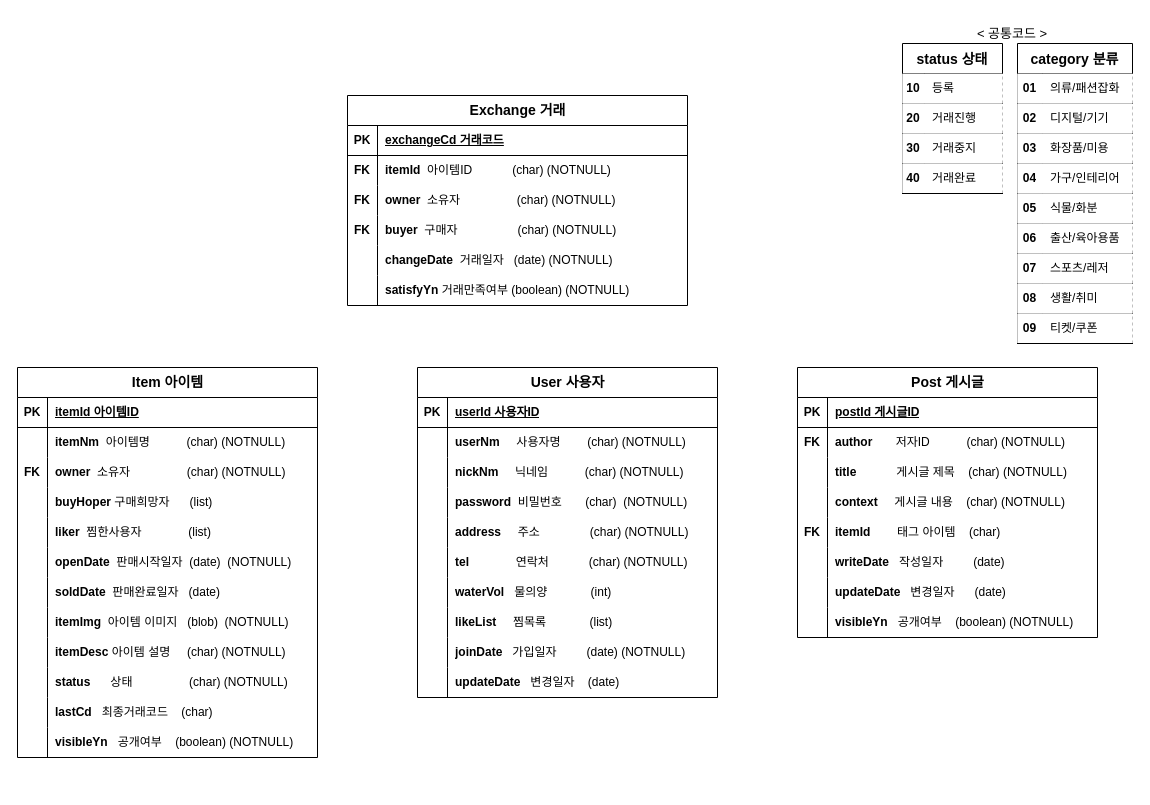
The draw.io diagram myreact.drawio in eunbinoh/myReact, before the edit. Source tidied: cells renumbered, new cells numbered last; positions are measured from the earlier drawing's top-left corner, leaving out a move shared by most shapes. Both pictures are drawn from the tidied source at 100%, with x=0, y=0 at pixel (17, 17).
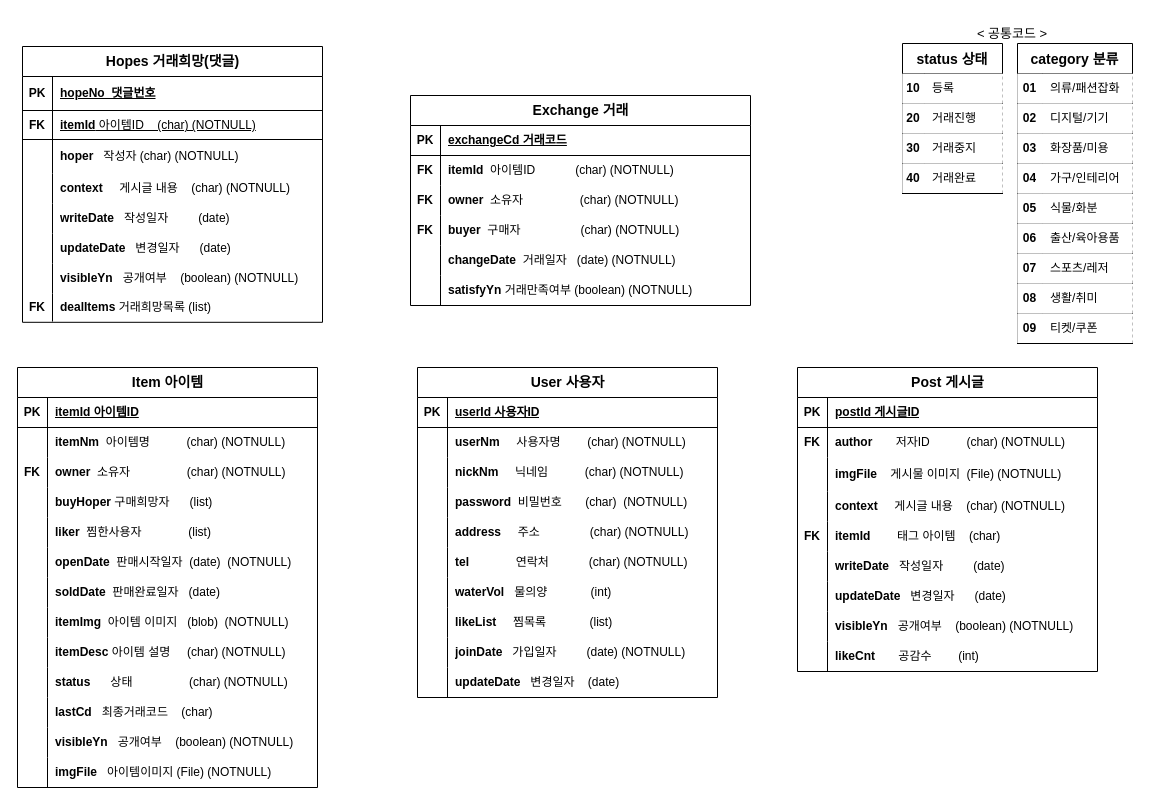
The same diagram, later.

The edit, as a diff of the source:
```diff
@@
     <mxCell id="3" value="&lt;font style=&quot;font-size: 14px;&quot;&gt;Item 아이템&lt;/font&gt;" style="shape=table;startSize=30;childLayout=tableLayout;rowLines=0;fontStyle=1;align=center;html=1;labelBackgroundColor=none;rounded=0;" parent="1" vertex="1">
-      <mxGeometry y="350" width="300" height="390" as="geometry" />
+      <mxGeometry y="350" width="300" height="420" as="geometry" />
     </mxCell>
@@
+    <mxCell id="157" style="shape=tableRow;horizontal=0;startSize=0;swimlaneHead=0;swimlaneBody=0;fillColor=none;top=0;left=0;right=0;bottom=0;labelBackgroundColor=none;rounded=0;" parent="3" vertex="1">
+      <mxGeometry y="390" width="300" height="30" as="geometry" />
+    </mxCell>
+    <mxCell id="158" style="shape=partialRectangle;fillColor=none;top=0;left=0;bottom=0;right=0;overflow=hidden;whiteSpace=wrap;html=1;labelBackgroundColor=none;rounded=0;" parent="157" vertex="1">
+      <mxGeometry width="30" height="30" as="geometry" />
+    </mxCell>
+    <mxCell id="159" value="&lt;b style=&quot;border-color: var(--border-color);&quot;&gt;imgFile&lt;/b&gt;&amp;nbsp; &amp;nbsp;아이템이미지 (File) (NOTNULL)" style="shape=partialRectangle;fillColor=none;top=0;left=0;bottom=0;right=0;align=left;spacingLeft=6;overflow=hidden;whiteSpace=wrap;html=1;labelBackgroundColor=none;rounded=0;" parent="157" vertex="1">
+      <mxGeometry x="30" width="270" height="30" as="geometry" />
+    </mxCell>
     <mxCell id="40" value="&lt;font style=&quot;font-size: 14px;&quot;&gt;Exchange 거래&lt;/font&gt;" style="shape=table;startSize=30;childLayout=tableLayout;rowLines=0;fontStyle=1;align=center;html=1;labelBackgroundColor=none;rounded=0;" parent="1" vertex="1">
-      <mxGeometry x="330" y="78" width="340" height="210" as="geometry" />
+      <mxGeometry x="393" y="78" width="340" height="210" as="geometry" />
     </mxCell>
@@
     <mxCell id="90" value="&lt;font style=&quot;font-size: 14px;&quot;&gt;Post 게시글&lt;/font&gt;" style="shape=table;startSize=30;childLayout=tableLayout;rowLines=0;fontStyle=1;align=center;html=1;labelBackgroundColor=none;rounded=0;" parent="1" vertex="1">
-      <mxGeometry x="780" y="350" width="300" height="270" as="geometry" />
+      <mxGeometry x="780" y="350" width="300" height="304" as="geometry" />
     </mxCell>
@@
     <mxCell id="97" style="shape=tableRow;horizontal=0;startSize=0;swimlaneHead=0;swimlaneBody=0;fillColor=none;top=0;left=0;right=0;bottom=0;labelBackgroundColor=none;rounded=0;" parent="90" vertex="1">
-      <mxGeometry y="90" width="300" height="30" as="geometry" />
+      <mxGeometry y="90" width="300" height="34" as="geometry" />
     </mxCell>
     <mxCell id="98" style="shape=partialRectangle;fillColor=none;top=0;left=0;bottom=0;right=0;overflow=hidden;whiteSpace=wrap;html=1;labelBackgroundColor=none;rounded=0;" parent="97" vertex="1">
-      <mxGeometry width="30" height="30" as="geometry" />
+      <mxGeometry width="30" height="34" as="geometry" />
     </mxCell>
-    <mxCell id="99" value="&lt;b&gt;title&lt;/b&gt;&amp;nbsp; &amp;nbsp; &amp;nbsp; &amp;nbsp; &amp;nbsp; &amp;nbsp; 게시글 제목&amp;nbsp; &amp;nbsp; (char) (NOTNULL)&amp;nbsp;" style="shape=partialRectangle;fillColor=none;top=0;left=0;bottom=0;right=0;align=left;spacingLeft=6;overflow=hidden;whiteSpace=wrap;html=1;labelBackgroundColor=none;rounded=0;" parent="97" vertex="1">
-      <mxGeometry x="30" width="270" height="30" as="geometry" />
+    <mxCell id="99" value="&lt;b&gt;imgFile&lt;/b&gt;&amp;nbsp; &amp;nbsp; 게시물 이미지&amp;nbsp; (File) (NOTNULL)&amp;nbsp;" style="shape=partialRectangle;fillColor=none;top=0;left=0;bottom=0;right=0;align=left;spacingLeft=6;overflow=hidden;whiteSpace=wrap;html=1;labelBackgroundColor=none;rounded=0;" parent="97" vertex="1">
+      <mxGeometry x="30" width="270" height="34" as="geometry" />
     </mxCell>
     <mxCell id="100" style="shape=tableRow;horizontal=0;startSize=0;swimlaneHead=0;swimlaneBody=0;fillColor=none;top=0;left=0;right=0;bottom=0;labelBackgroundColor=none;rounded=0;" parent="90" vertex="1">
-      <mxGeometry y="120" width="300" height="30" as="geometry" />
+      <mxGeometry y="124" width="300" height="30" as="geometry" />
     </mxCell>
@@
     <mxCell id="103" style="shape=tableRow;horizontal=0;startSize=0;swimlaneHead=0;swimlaneBody=0;fillColor=none;top=0;left=0;right=0;bottom=0;labelBackgroundColor=none;rounded=0;" parent="90" vertex="1">
-      <mxGeometry y="150" width="300" height="30" as="geometry" />
+      <mxGeometry y="154" width="300" height="30" as="geometry" />
     </mxCell>
@@
     <mxCell id="106" style="shape=tableRow;horizontal=0;startSize=0;swimlaneHead=0;swimlaneBody=0;fillColor=none;top=0;left=0;right=0;bottom=0;labelBackgroundColor=none;rounded=0;" parent="90" vertex="1">
-      <mxGeometry y="180" width="300" height="30" as="geometry" />
+      <mxGeometry y="184" width="300" height="30" as="geometry" />
     </mxCell>
@@
     <mxCell id="109" style="shape=tableRow;horizontal=0;startSize=0;swimlaneHead=0;swimlaneBody=0;fillColor=none;top=0;left=0;right=0;bottom=0;labelBackgroundColor=none;rounded=0;" parent="90" vertex="1">
-      <mxGeometry y="210" width="300" height="30" as="geometry" />
+      <mxGeometry y="214" width="300" height="30" as="geometry" />
     </mxCell>
@@
     <mxCell id="112" style="shape=tableRow;horizontal=0;startSize=0;swimlaneHead=0;swimlaneBody=0;fillColor=none;top=0;left=0;right=0;bottom=0;labelBackgroundColor=none;rounded=0;" parent="90" vertex="1">
-      <mxGeometry y="240" width="300" height="30" as="geometry" />
+      <mxGeometry y="244" width="300" height="30" as="geometry" />
     </mxCell>
@@
+    <mxCell id="160" style="shape=tableRow;horizontal=0;startSize=0;swimlaneHead=0;swimlaneBody=0;fillColor=none;top=0;left=0;right=0;bottom=0;labelBackgroundColor=none;rounded=0;" parent="90" vertex="1">
+      <mxGeometry y="274" width="300" height="30" as="geometry" />
+    </mxCell>
+    <mxCell id="161" style="shape=partialRectangle;fillColor=none;top=0;left=0;bottom=0;right=0;overflow=hidden;whiteSpace=wrap;html=1;labelBackgroundColor=none;rounded=0;" parent="160" vertex="1">
+      <mxGeometry width="30" height="30" as="geometry" />
+    </mxCell>
+    <mxCell id="162" value="&lt;b&gt;likeCnt&amp;nbsp; &amp;nbsp; &amp;nbsp; &amp;nbsp;&lt;/b&gt;공감수&amp;nbsp; &amp;nbsp; &amp;nbsp; &amp;nbsp; (int)" style="shape=partialRectangle;fillColor=none;top=0;left=0;bottom=0;right=0;align=left;spacingLeft=6;overflow=hidden;whiteSpace=wrap;html=1;labelBackgroundColor=none;rounded=0;" parent="160" vertex="1">
+      <mxGeometry x="30" width="270" height="30" as="geometry" />
+    </mxCell>
@@
+    <mxCell id="163" value="&lt;font style=&quot;font-size: 14px;&quot;&gt;Hopes 거래희망(댓글)&lt;/font&gt;" style="shape=table;startSize=30;childLayout=tableLayout;rowLines=0;fontStyle=1;align=center;html=1;labelBackgroundColor=none;rounded=0;" parent="1" vertex="1">
+      <mxGeometry x="5" y="29" width="300" height="275.8" as="geometry" />
+    </mxCell>
+    <mxCell id="164" style="shape=tableRow;horizontal=0;startSize=0;swimlaneHead=0;swimlaneBody=0;fillColor=none;top=0;left=0;right=0;bottom=1;labelBackgroundColor=none;rounded=0;" parent="163" vertex="1">
+      <mxGeometry y="30" width="300" height="34" as="geometry" />
+    </mxCell>
+    <mxCell id="165" value="PK" style="shape=partialRectangle;fillColor=none;top=0;left=0;bottom=0;right=0;fontStyle=1;overflow=hidden;whiteSpace=wrap;html=1;labelBackgroundColor=none;rounded=0;" parent="164" vertex="1">
+      <mxGeometry width="30" height="34" as="geometry" />
+    </mxCell>
+    <mxCell id="166" value="hopeNo&amp;nbsp; 댓글번호" style="shape=partialRectangle;fillColor=none;top=0;left=0;bottom=0;right=0;align=left;spacingLeft=6;fontStyle=5;overflow=hidden;whiteSpace=wrap;html=1;labelBackgroundColor=none;rounded=0;" parent="164" vertex="1">
+      <mxGeometry x="30" width="270" height="34" as="geometry" />
+    </mxCell>
+    <mxCell id="167" style="shape=tableRow;horizontal=0;startSize=0;swimlaneHead=0;swimlaneBody=0;fillColor=none;top=0;left=0;right=0;bottom=1;labelBackgroundColor=none;rounded=0;" parent="163" vertex="1">
+      <mxGeometry y="64" width="300" height="29" as="geometry" />
+    </mxCell>
+    <mxCell id="168" value="FK" style="shape=partialRectangle;fillColor=none;top=0;left=0;bottom=0;right=0;fontStyle=1;overflow=hidden;whiteSpace=wrap;html=1;labelBackgroundColor=none;rounded=0;" parent="167" vertex="1">
+      <mxGeometry width="30" height="29" as="geometry" />
+    </mxCell>
+    <mxCell id="169" value="itemId&lt;span style=&quot;font-weight: 400;&quot;&gt;&amp;nbsp;아이템ID&amp;nbsp; &amp;nbsp; (char) (NOTNULL)&lt;/span&gt;" style="shape=partialRectangle;fillColor=none;top=0;left=0;bottom=0;right=0;align=left;spacingLeft=6;fontStyle=5;overflow=hidden;whiteSpace=wrap;html=1;labelBackgroundColor=none;rounded=0;" parent="167" vertex="1">
+      <mxGeometry x="30" width="270" height="29" as="geometry" />
+    </mxCell>
+    <mxCell id="170" style="shape=tableRow;horizontal=0;startSize=0;swimlaneHead=0;swimlaneBody=0;fillColor=none;top=0;left=0;right=0;bottom=0;labelBackgroundColor=none;rounded=0;" parent="163" vertex="1">
+      <mxGeometry y="93" width="300" height="34" as="geometry" />
+    </mxCell>
+    <mxCell id="171" style="shape=partialRectangle;fillColor=none;top=0;left=0;bottom=0;right=0;overflow=hidden;whiteSpace=wrap;html=1;labelBackgroundColor=none;rounded=0;" parent="170" vertex="1">
+      <mxGeometry width="30" height="34" as="geometry" />
+    </mxCell>
+    <mxCell id="172" value="&lt;b&gt;hoper&amp;nbsp; &amp;nbsp;&lt;/b&gt;작성자 (char) (NOTNULL)&amp;nbsp;" style="shape=partialRectangle;fillColor=none;top=0;left=0;bottom=0;right=0;align=left;spacingLeft=6;overflow=hidden;whiteSpace=wrap;html=1;labelBackgroundColor=none;rounded=0;" parent="170" vertex="1">
+      <mxGeometry x="30" width="270" height="34" as="geometry" />
+    </mxCell>
+    <mxCell id="173" style="shape=tableRow;horizontal=0;startSize=0;swimlaneHead=0;swimlaneBody=0;fillColor=none;top=0;left=0;right=0;bottom=0;labelBackgroundColor=none;rounded=0;" parent="163" vertex="1">
+      <mxGeometry y="127" width="300" height="30" as="geometry" />
+    </mxCell>
+    <mxCell id="174" style="shape=partialRectangle;fillColor=none;top=0;left=0;bottom=0;right=0;overflow=hidden;whiteSpace=wrap;html=1;labelBackgroundColor=none;rounded=0;" parent="173" vertex="1">
+      <mxGeometry width="30" height="30" as="geometry" />
+    </mxCell>
+    <mxCell id="175" value="&lt;b&gt;context&amp;nbsp; &amp;nbsp; &amp;nbsp;&lt;/b&gt;게시글 내용&amp;nbsp; &amp;nbsp; (char) (NOTNULL)" style="shape=partialRectangle;fillColor=none;top=0;left=0;bottom=0;right=0;align=left;spacingLeft=6;overflow=hidden;whiteSpace=wrap;html=1;labelBackgroundColor=none;rounded=0;" parent="173" vertex="1">
+      <mxGeometry x="30" width="270" height="30" as="geometry" />
+    </mxCell>
+    <mxCell id="176" style="shape=tableRow;horizontal=0;startSize=0;swimlaneHead=0;swimlaneBody=0;fillColor=none;top=0;left=0;right=0;bottom=0;labelBackgroundColor=none;rounded=0;" parent="163" vertex="1">
+      <mxGeometry y="157" width="300" height="30" as="geometry" />
+    </mxCell>
+    <mxCell id="177" style="shape=partialRectangle;fillColor=none;top=0;left=0;bottom=0;right=0;overflow=hidden;whiteSpace=wrap;html=1;labelBackgroundColor=none;rounded=0;" parent="176" vertex="1">
+      <mxGeometry width="30" height="30" as="geometry" />
+    </mxCell>
+    <mxCell id="178" value="&lt;b style=&quot;border-color: var(--border-color);&quot;&gt;writeDate&lt;/b&gt;&amp;nbsp; &amp;nbsp;작성일자&amp;nbsp; &amp;nbsp; &amp;nbsp; &amp;nbsp; &amp;nbsp;(date)&amp;nbsp;" style="shape=partialRectangle;fillColor=none;top=0;left=0;bottom=0;right=0;align=left;spacingLeft=6;overflow=hidden;whiteSpace=wrap;html=1;labelBackgroundColor=none;rounded=0;" parent="176" vertex="1">
+      <mxGeometry x="30" width="270" height="30" as="geometry" />
+    </mxCell>
+    <mxCell id="179" style="shape=tableRow;horizontal=0;startSize=0;swimlaneHead=0;swimlaneBody=0;fillColor=none;top=0;left=0;right=0;bottom=0;labelBackgroundColor=none;rounded=0;" parent="163" vertex="1">
+      <mxGeometry y="187" width="300" height="30" as="geometry" />
+    </mxCell>
+    <mxCell id="180" style="shape=partialRectangle;fillColor=none;top=0;left=0;bottom=0;right=0;overflow=hidden;whiteSpace=wrap;html=1;labelBackgroundColor=none;rounded=0;" parent="179" vertex="1">
+      <mxGeometry width="30" height="30" as="geometry" />
+    </mxCell>
+    <mxCell id="181" value="&lt;b&gt;updateDate&lt;/b&gt;&amp;nbsp; &amp;nbsp;변경일자&amp;nbsp; &amp;nbsp; &amp;nbsp; (date)&amp;nbsp;" style="shape=partialRectangle;fillColor=none;top=0;left=0;bottom=0;right=0;align=left;spacingLeft=6;overflow=hidden;whiteSpace=wrap;html=1;labelBackgroundColor=none;rounded=0;" parent="179" vertex="1">
+      <mxGeometry x="30" width="270" height="30" as="geometry" />
+    </mxCell>
+    <mxCell id="182" style="shape=tableRow;horizontal=0;startSize=0;swimlaneHead=0;swimlaneBody=0;fillColor=none;top=0;left=0;right=0;bottom=0;labelBackgroundColor=none;rounded=0;" parent="163" vertex="1">
+      <mxGeometry y="217" width="300" height="30" as="geometry" />
+    </mxCell>
+    <mxCell id="183" style="shape=partialRectangle;fillColor=none;top=0;left=0;bottom=0;right=0;overflow=hidden;whiteSpace=wrap;html=1;labelBackgroundColor=none;rounded=0;" parent="182" vertex="1">
+      <mxGeometry width="30" height="30" as="geometry" />
+    </mxCell>
+    <mxCell id="184" value="&lt;b&gt;visibleYn&lt;/b&gt;&amp;nbsp; &amp;nbsp;공개여부&amp;nbsp; &amp;nbsp; (boolean) (NOTNULL)" style="shape=partialRectangle;fillColor=none;top=0;left=0;bottom=0;right=0;align=left;spacingLeft=6;overflow=hidden;whiteSpace=wrap;html=1;labelBackgroundColor=none;rounded=0;" parent="182" vertex="1">
+      <mxGeometry x="30" width="270" height="30" as="geometry" />
+    </mxCell>
+    <mxCell id="185" style="shape=tableRow;horizontal=0;startSize=0;swimlaneHead=0;swimlaneBody=0;fillColor=none;top=0;left=0;right=0;bottom=0;labelBackgroundColor=none;rounded=0;" parent="163" vertex="1">
+      <mxGeometry y="247" width="300" height="28" as="geometry" />
+    </mxCell>
+    <mxCell id="186" value="&lt;b&gt;FK&lt;/b&gt;" style="shape=partialRectangle;fillColor=none;top=0;left=0;bottom=0;right=0;overflow=hidden;whiteSpace=wrap;html=1;labelBackgroundColor=none;rounded=0;" parent="185" vertex="1">
+      <mxGeometry width="30" height="28" as="geometry" />
+    </mxCell>
+    <mxCell id="187" value="&lt;b&gt;dealItems &lt;/b&gt;거래희망목록&lt;b&gt;&amp;nbsp;&lt;/b&gt;(list)" style="shape=partialRectangle;fillColor=none;top=0;left=0;bottom=0;right=0;align=left;spacingLeft=6;overflow=hidden;whiteSpace=wrap;html=1;labelBackgroundColor=none;rounded=0;" parent="185" vertex="1">
+      <mxGeometry x="30" width="270" height="28" as="geometry" />
+    </mxCell>
```
